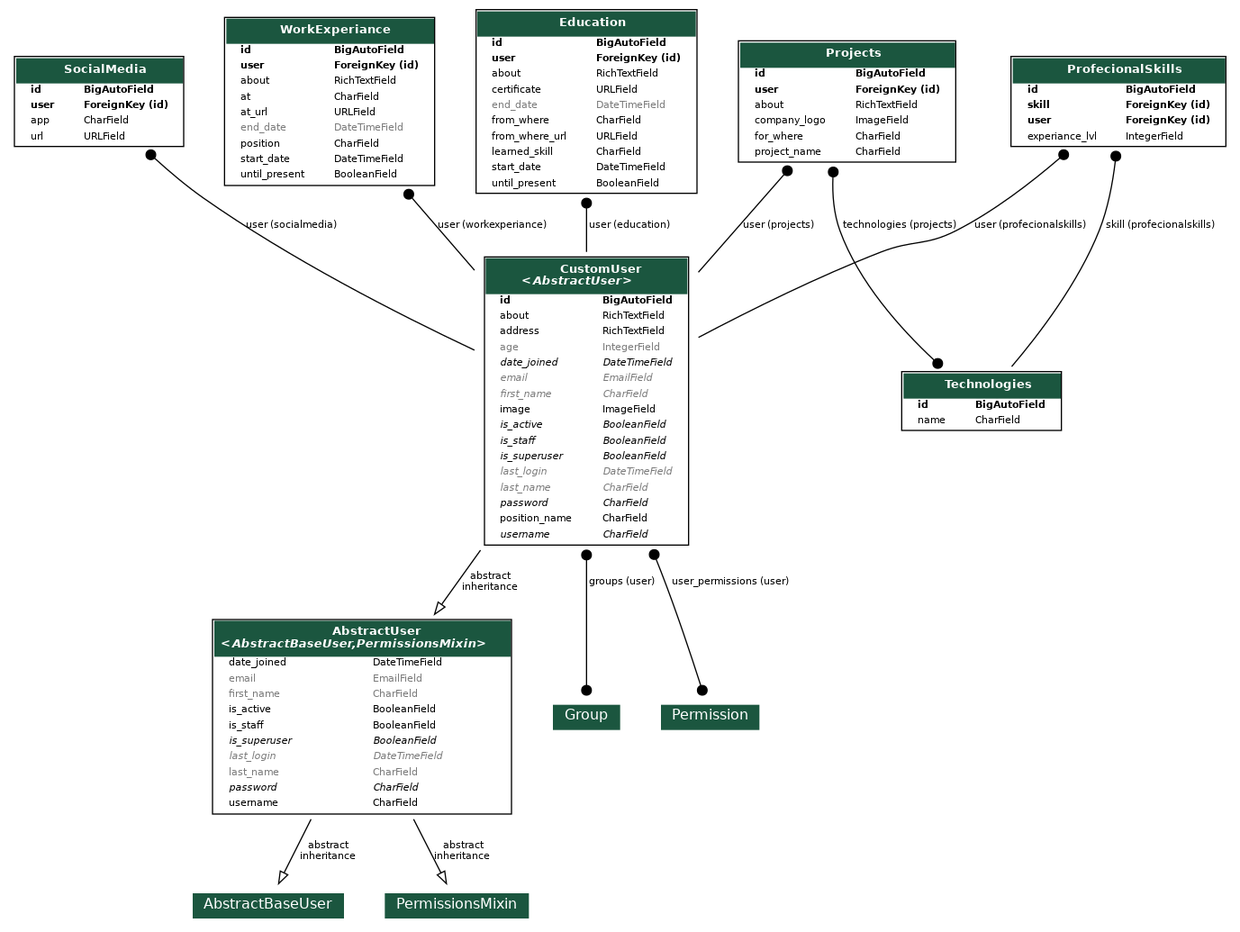
The Graphviz diagram CV.png in AliAkbarSobhanpour/CV_APP, before a commit. Its source is kept beside it as CV.dot.
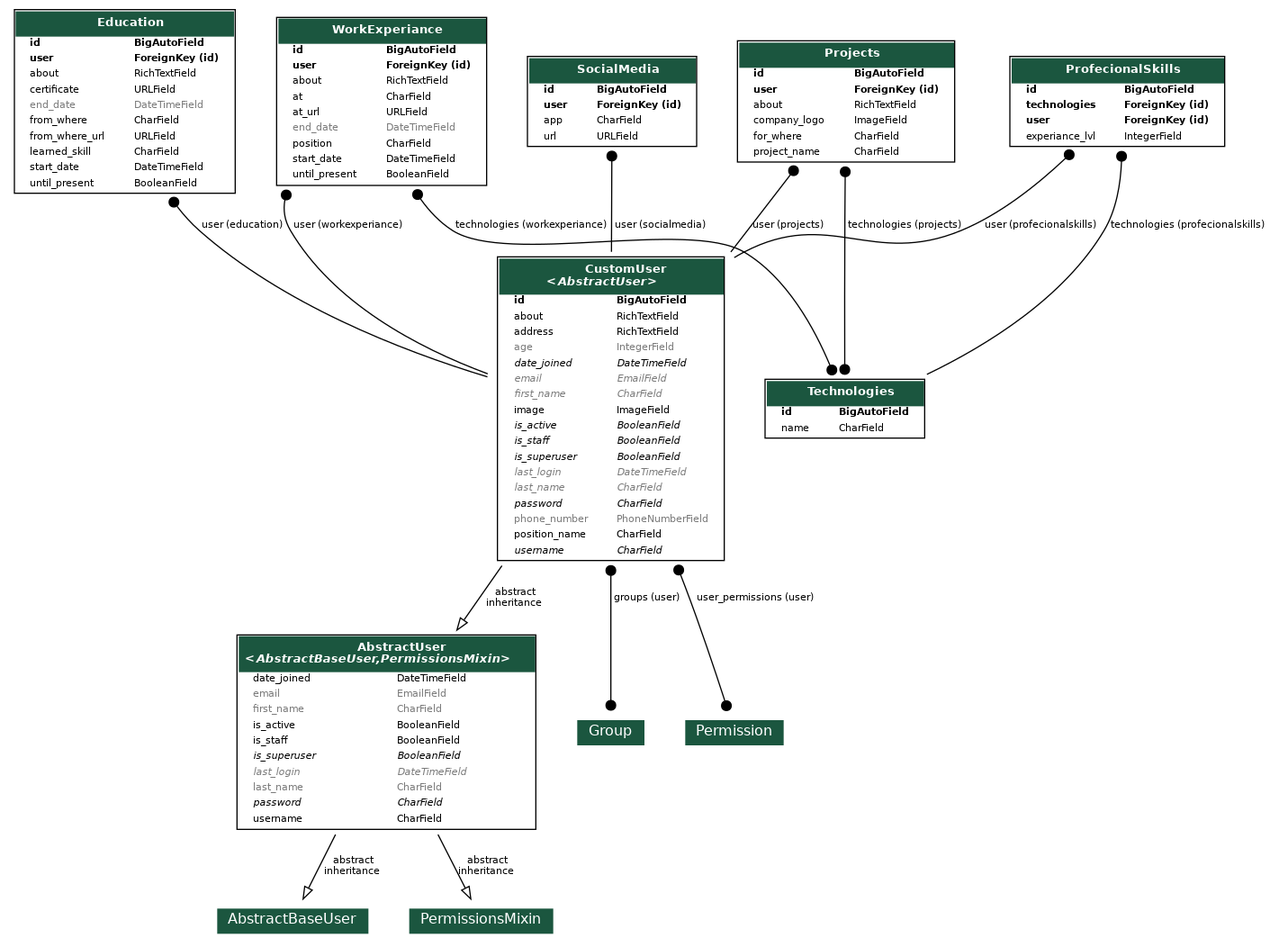
Above is the later version.

The edit, as a diff of the source:
```diff
@@ -229,6 +229,14 @@
 
 
     <TR><TD ALIGN="LEFT" BORDER="0">
+    <FONT COLOR="#7B7B7B" FACE="Roboto">phone_number</FONT>
+    </TD><TD ALIGN="LEFT">
+    <FONT COLOR="#7B7B7B" FACE="Roboto">PhoneNumberField</FONT>
+    </TD></TR>
+
+
+
+    <TR><TD ALIGN="LEFT" BORDER="0">
     <FONT FACE="Roboto">position_name</FONT>
     </TD><TD ALIGN="LEFT">
     <FONT FACE="Roboto">CharField</FONT>
@@ -282,6 +290,32 @@
     <FONT FACE="Roboto">url</FONT>
     </TD><TD ALIGN="LEFT">
     <FONT FACE="Roboto">URLField</FONT>
+    </TD></TR>
+
+
+    </TABLE>
+    >]
+
+  CV_models_Technologies [label=<
+    <TABLE BGCOLOR="white" BORDER="1" CELLBORDER="0" CELLSPACING="0">
+    <TR><TD COLSPAN="2" CELLPADDING="5" ALIGN="CENTER" BGCOLOR="#1b563f">
+    <FONT FACE="Roboto" COLOR="white" POINT-SIZE="10"><B>
+    Technologies
+    </B></FONT></TD></TR>
+
+
+    <TR><TD ALIGN="LEFT" BORDER="0">
+    <FONT FACE="Roboto"><B>id</B></FONT>
+    </TD><TD ALIGN="LEFT">
+    <FONT FACE="Roboto"><B>BigAutoField</B></FONT>
+    </TD></TR>
+
+
+
+    <TR><TD ALIGN="LEFT" BORDER="0">
+    <FONT FACE="Roboto">name</FONT>
+    </TD><TD ALIGN="LEFT">
+    <FONT FACE="Roboto">CharField</FONT>
     </TD></TR>
 
 
@@ -460,32 +494,6 @@
     </TABLE>
     >]
 
-  CV_models_Technologies [label=<
-    <TABLE BGCOLOR="white" BORDER="1" CELLBORDER="0" CELLSPACING="0">
-    <TR><TD COLSPAN="2" CELLPADDING="5" ALIGN="CENTER" BGCOLOR="#1b563f">
-    <FONT FACE="Roboto" COLOR="white" POINT-SIZE="10"><B>
-    Technologies
-    </B></FONT></TD></TR>
-
-
-    <TR><TD ALIGN="LEFT" BORDER="0">
-    <FONT FACE="Roboto"><B>id</B></FONT>
-    </TD><TD ALIGN="LEFT">
-    <FONT FACE="Roboto"><B>BigAutoField</B></FONT>
-    </TD></TR>
-
-
-
-    <TR><TD ALIGN="LEFT" BORDER="0">
-    <FONT FACE="Roboto">name</FONT>
-    </TD><TD ALIGN="LEFT">
-    <FONT FACE="Roboto">CharField</FONT>
-    </TD></TR>
-
-
-    </TABLE>
-    >]
-
   CV_models_Projects [label=<
     <TABLE BGCOLOR="white" BORDER="1" CELLBORDER="0" CELLSPACING="0">
     <TR><TD COLSPAN="2" CELLPADDING="5" ALIGN="CENTER" BGCOLOR="#1b563f">
@@ -561,7 +569,7 @@
 
 
     <TR><TD ALIGN="LEFT" BORDER="0">
-    <FONT FACE="Roboto"><B>skill</B></FONT>
+    <FONT FACE="Roboto"><B>technologies</B></FONT>
     </TD><TD ALIGN="LEFT">
     <FONT FACE="Roboto"><B>ForeignKey (id)</B></FONT>
     </TD></TR>
@@ -635,6 +643,9 @@
   CV_models_WorkExperiance -> CV_models_CustomUser
   [label=" user (workexperiance)"] [arrowhead=none, arrowtail=dot, dir=both];
 
+  CV_models_WorkExperiance -> CV_models_Technologies
+  [label=" technologies (workexperiance)"] [arrowhead=dot arrowtail=dot, dir=both];
+
   CV_models_Education -> CV_models_CustomUser
   [label=" user (education)"] [arrowhead=none, arrowtail=dot, dir=both];
 
@@ -645,7 +656,7 @@
   [label=" technologies (projects)"] [arrowhead=dot arrowtail=dot, dir=both];
 
   CV_models_ProfecionalSkills -> CV_models_Technologies
-  [label=" skill (profecionalskills)"] [arrowhead=none, arrowtail=dot, dir=both];
+  [label=" technologies (profecionalskills)"] [arrowhead=none, arrowtail=dot, dir=both];
 
   CV_models_ProfecionalSkills -> CV_models_CustomUser
   [label=" user (profecionalskills)"] [arrowhead=none, arrowtail=dot, dir=both];
```
